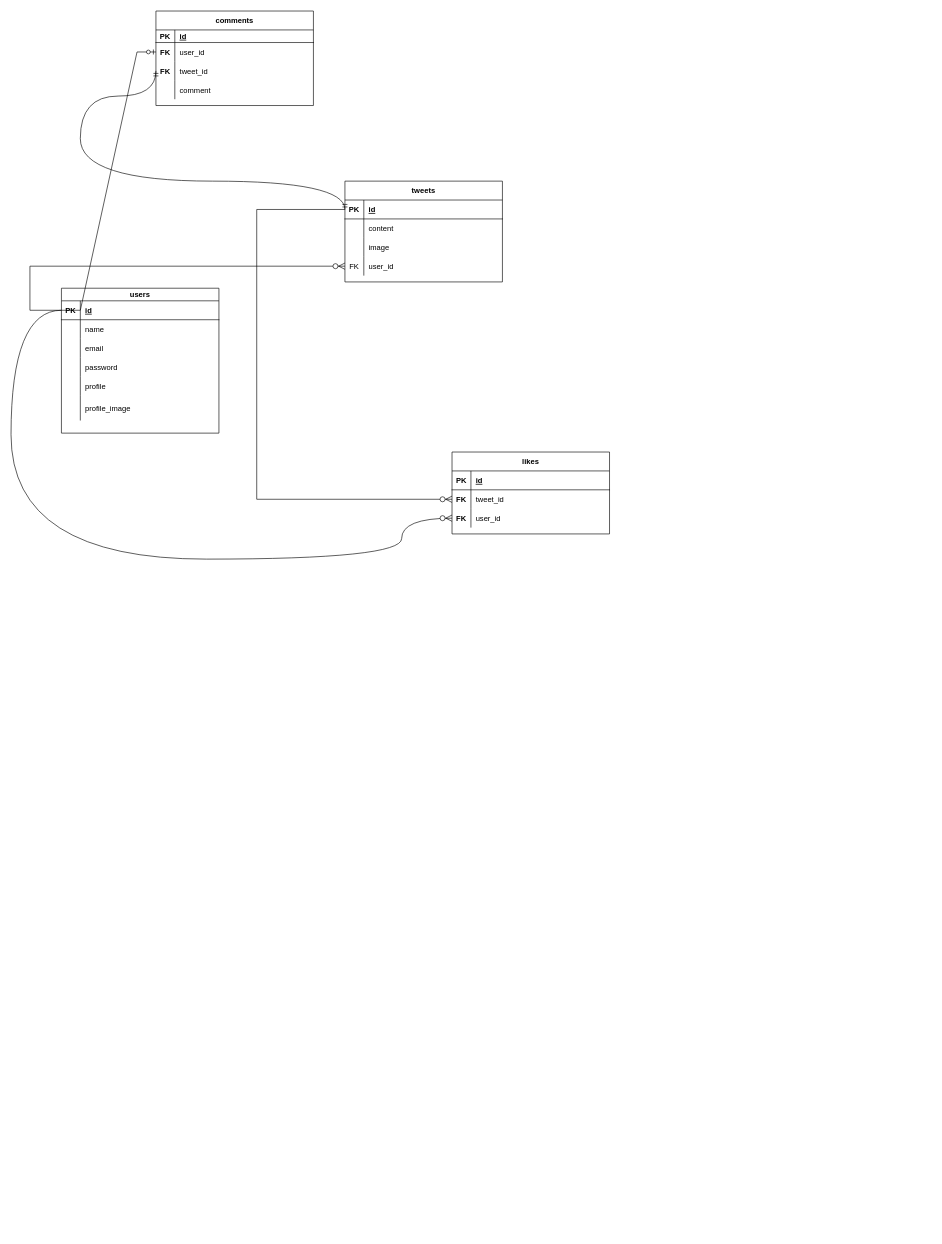
Earlier version of the draw.io diagram tweet.drawio (Hanakus0/free_repo). Source tidied: cells renumbered, new cells numbered last; positions are measured from the earlier drawing's top-left corner, leaving out a move shared by most shapes. Both pictures are drawn from the tidied source at 63%, with x=0, y=0 at pixel (11, 11).
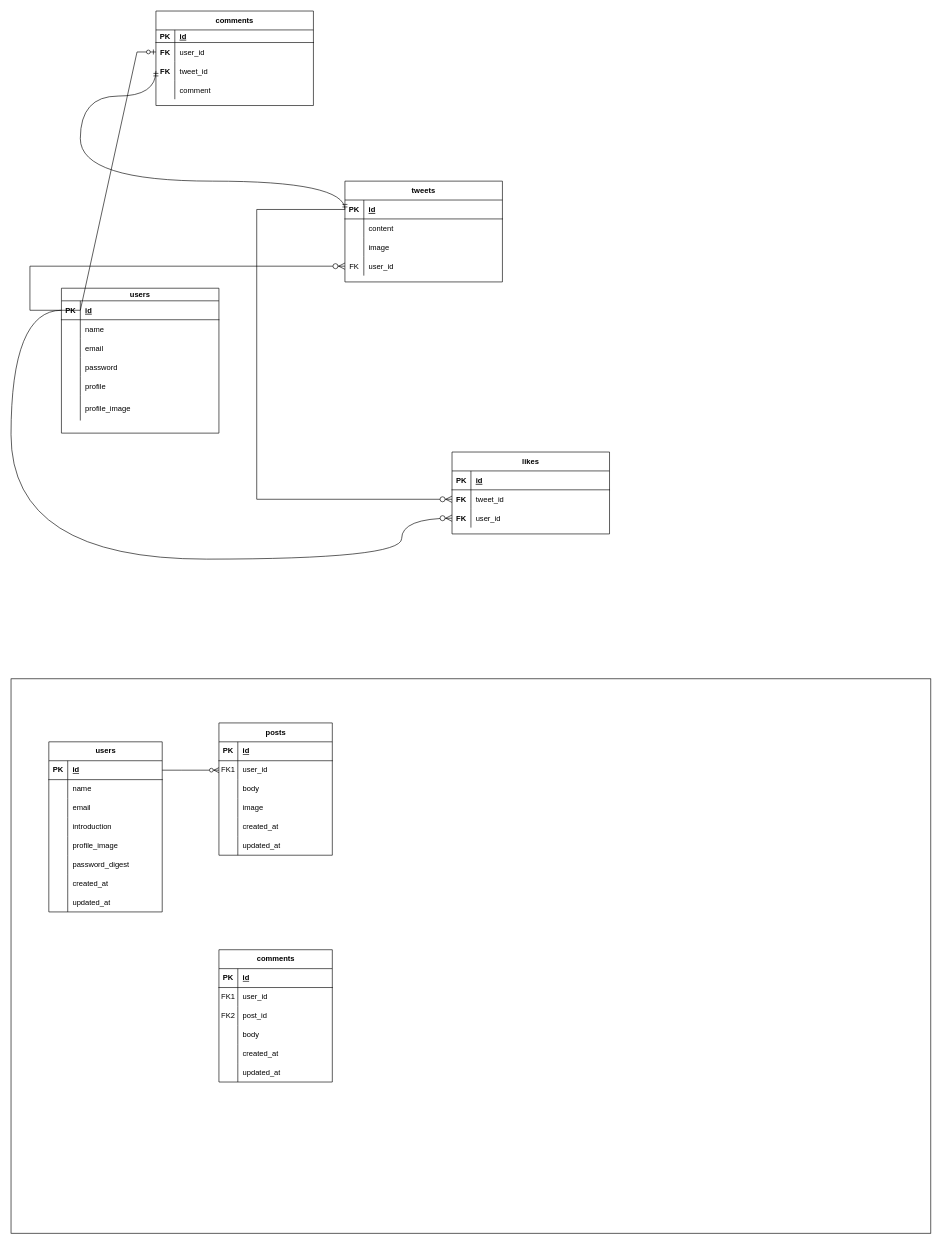
The same diagram, later.

Commit message:
tweet.drawio を更新します

The edit, as a diff of the source:
```diff
@@
+    <mxCell id="63" style="rounded=0;whiteSpace=wrap;html=1;" parent="1" vertex="1">
+      <mxGeometry y="1060" width="1460" height="880" as="geometry" />
+    </mxCell>
+    <mxCell id="64" value="users" style="shape=table;startSize=30;childLayout=tableLayout;rowLines=0;fontStyle=1;align=center;html=1;" parent="1" vertex="1">
+      <mxGeometry x="60" y="1160" width="180" height="270" as="geometry" />
+    </mxCell>
+    <mxCell id="65" style="shape=tableRow;horizontal=0;startSize=0;swimlaneHead=0;swimlaneBody=0;fillColor=none;points=[[0,0.5],[1,0.5]];portConstraint=eastwest;top=0;left=0;right=0;bottom=1;" parent="64" vertex="1">
+      <mxGeometry y="30" width="180" height="30" as="geometry" />
+    </mxCell>
+    <mxCell id="66" value="PK" style="shape=partialRectangle;fillColor=none;top=0;left=0;bottom=0;right=0;fontStyle=1;overflow=hidden;whiteSpace=wrap;html=1;" parent="65" vertex="1">
+      <mxGeometry width="30" height="30" as="geometry" />
+    </mxCell>
+    <mxCell id="67" value="id" style="shape=partialRectangle;fillColor=none;top=0;left=0;bottom=0;right=0;align=left;spacingLeft=6;fontStyle=5;overflow=hidden;whiteSpace=wrap;html=1;" parent="65" vertex="1">
+      <mxGeometry x="30" width="150" height="30" as="geometry" />
+    </mxCell>
+    <mxCell id="68" style="shape=tableRow;horizontal=0;startSize=0;swimlaneHead=0;swimlaneBody=0;fillColor=none;top=0;left=0;right=0;bottom=0;" parent="64" vertex="1">
+      <mxGeometry y="60" width="180" height="30" as="geometry" />
+    </mxCell>
+    <mxCell id="69" style="shape=partialRectangle;fillColor=none;top=0;left=0;bottom=0;right=0;overflow=hidden;whiteSpace=wrap;html=1;" parent="68" vertex="1">
+      <mxGeometry width="30" height="30" as="geometry" />
+    </mxCell>
+    <mxCell id="70" value="name" style="shape=partialRectangle;fillColor=none;top=0;left=0;bottom=0;right=0;align=left;spacingLeft=6;overflow=hidden;whiteSpace=wrap;html=1;" parent="68" vertex="1">
+      <mxGeometry x="30" width="150" height="30" as="geometry" />
+    </mxCell>
+    <mxCell id="71" style="shape=tableRow;horizontal=0;startSize=0;swimlaneHead=0;swimlaneBody=0;fillColor=none;top=0;left=0;right=0;bottom=0;" parent="64" vertex="1">
+      <mxGeometry y="90" width="180" height="30" as="geometry" />
+    </mxCell>
+    <mxCell id="72" style="shape=partialRectangle;fillColor=none;top=0;left=0;bottom=0;right=0;overflow=hidden;whiteSpace=wrap;html=1;" parent="71" vertex="1">
+      <mxGeometry width="30" height="30" as="geometry" />
+    </mxCell>
+    <mxCell id="73" value="email" style="shape=partialRectangle;fillColor=none;top=0;left=0;bottom=0;right=0;align=left;spacingLeft=6;overflow=hidden;whiteSpace=wrap;html=1;" parent="71" vertex="1">
+      <mxGeometry x="30" width="150" height="30" as="geometry" />
+    </mxCell>
+    <mxCell id="74" style="shape=tableRow;horizontal=0;startSize=0;swimlaneHead=0;swimlaneBody=0;fillColor=none;top=0;left=0;right=0;bottom=0;" parent="64" vertex="1">
+      <mxGeometry y="120" width="180" height="30" as="geometry" />
+    </mxCell>
+    <mxCell id="75" style="shape=partialRectangle;fillColor=none;top=0;left=0;bottom=0;right=0;overflow=hidden;whiteSpace=wrap;html=1;" parent="74" vertex="1">
+      <mxGeometry width="30" height="30" as="geometry" />
+    </mxCell>
+    <mxCell id="76" value="introduction" style="shape=partialRectangle;fillColor=none;top=0;left=0;bottom=0;right=0;align=left;spacingLeft=6;overflow=hidden;whiteSpace=wrap;html=1;" parent="74" vertex="1">
+      <mxGeometry x="30" width="150" height="30" as="geometry" />
+    </mxCell>
+    <mxCell id="77" style="shape=tableRow;horizontal=0;startSize=0;swimlaneHead=0;swimlaneBody=0;fillColor=none;top=0;left=0;right=0;bottom=0;" parent="64" vertex="1">
+      <mxGeometry y="150" width="180" height="30" as="geometry" />
+    </mxCell>
+    <mxCell id="78" style="shape=partialRectangle;fillColor=none;top=0;left=0;bottom=0;right=0;overflow=hidden;whiteSpace=wrap;html=1;" parent="77" vertex="1">
+      <mxGeometry width="30" height="30" as="geometry" />
+    </mxCell>
+    <mxCell id="79" value="profile_image" style="shape=partialRectangle;fillColor=none;top=0;left=0;bottom=0;right=0;align=left;spacingLeft=6;overflow=hidden;whiteSpace=wrap;html=1;" parent="77" vertex="1">
+      <mxGeometry x="30" width="150" height="30" as="geometry" />
+    </mxCell>
+    <mxCell id="80" style="shape=tableRow;horizontal=0;startSize=0;swimlaneHead=0;swimlaneBody=0;fillColor=none;top=0;left=0;right=0;bottom=0;" parent="64" vertex="1">
+      <mxGeometry y="180" width="180" height="30" as="geometry" />
+    </mxCell>
+    <mxCell id="81" style="shape=partialRectangle;fillColor=none;top=0;left=0;bottom=0;right=0;overflow=hidden;whiteSpace=wrap;html=1;" parent="80" vertex="1">
+      <mxGeometry width="30" height="30" as="geometry" />
+    </mxCell>
+    <mxCell id="82" value="password_digest" style="shape=partialRectangle;fillColor=none;top=0;left=0;bottom=0;right=0;align=left;spacingLeft=6;overflow=hidden;whiteSpace=wrap;html=1;" parent="80" vertex="1">
+      <mxGeometry x="30" width="150" height="30" as="geometry" />
+    </mxCell>
+    <mxCell id="83" style="shape=tableRow;horizontal=0;startSize=0;swimlaneHead=0;swimlaneBody=0;fillColor=none;top=0;left=0;right=0;bottom=0;" parent="64" vertex="1">
+      <mxGeometry y="210" width="180" height="30" as="geometry" />
+    </mxCell>
+    <mxCell id="84" style="shape=partialRectangle;fillColor=none;top=0;left=0;bottom=0;right=0;overflow=hidden;whiteSpace=wrap;html=1;" parent="83" vertex="1">
+      <mxGeometry width="30" height="30" as="geometry" />
+    </mxCell>
+    <mxCell id="85" value="created_at" style="shape=partialRectangle;fillColor=none;top=0;left=0;bottom=0;right=0;align=left;spacingLeft=6;overflow=hidden;whiteSpace=wrap;html=1;" parent="83" vertex="1">
+      <mxGeometry x="30" width="150" height="30" as="geometry" />
+    </mxCell>
+    <mxCell id="86" style="shape=tableRow;horizontal=0;startSize=0;swimlaneHead=0;swimlaneBody=0;fillColor=none;top=0;left=0;right=0;bottom=0;" parent="64" vertex="1">
+      <mxGeometry y="240" width="180" height="30" as="geometry" />
+    </mxCell>
+    <mxCell id="87" style="shape=partialRectangle;fillColor=none;top=0;left=0;bottom=0;right=0;overflow=hidden;whiteSpace=wrap;html=1;" parent="86" vertex="1">
+      <mxGeometry width="30" height="30" as="geometry" />
+    </mxCell>
+    <mxCell id="88" value="updated_at" style="shape=partialRectangle;fillColor=none;top=0;left=0;bottom=0;right=0;align=left;spacingLeft=6;overflow=hidden;whiteSpace=wrap;html=1;" parent="86" vertex="1">
+      <mxGeometry x="30" width="150" height="30" as="geometry" />
+    </mxCell>
+    <mxCell id="89" value="posts" style="shape=table;startSize=30;childLayout=tableLayout;rowLines=0;fontStyle=1;align=center;html=1;" parent="1" vertex="1">
+      <mxGeometry x="330" y="1130" width="180" height="210" as="geometry" />
+    </mxCell>
+    <mxCell id="90" style="shape=tableRow;horizontal=0;startSize=0;swimlaneHead=0;swimlaneBody=0;fillColor=none;top=0;left=0;right=0;bottom=1;" parent="89" vertex="1">
+      <mxGeometry y="30" width="180" height="30" as="geometry" />
+    </mxCell>
+    <mxCell id="91" value="PK" style="shape=partialRectangle;fillColor=none;top=0;left=0;bottom=0;right=0;fontStyle=1;overflow=hidden;whiteSpace=wrap;html=1;" parent="90" vertex="1">
+      <mxGeometry width="30" height="30" as="geometry" />
+    </mxCell>
+    <mxCell id="92" value="id" style="shape=partialRectangle;fillColor=none;top=0;left=0;bottom=0;right=0;align=left;spacingLeft=6;fontStyle=5;overflow=hidden;whiteSpace=wrap;html=1;" parent="90" vertex="1">
+      <mxGeometry x="30" width="150" height="30" as="geometry" />
+    </mxCell>
+    <mxCell id="93" style="shape=tableRow;horizontal=0;startSize=0;swimlaneHead=0;swimlaneBody=0;fillColor=none;points=[[0,0.5],[1,0.5]];portConstraint=eastwest;top=0;left=0;right=0;bottom=0;" parent="89" vertex="1">
+      <mxGeometry y="60" width="180" height="30" as="geometry" />
+    </mxCell>
+    <mxCell id="94" value="FK1" style="shape=partialRectangle;fillColor=none;top=0;left=0;bottom=0;right=0;overflow=hidden;whiteSpace=wrap;html=1;" parent="93" vertex="1">
+      <mxGeometry width="30" height="30" as="geometry" />
+    </mxCell>
+    <mxCell id="95" value="user_id" style="shape=partialRectangle;fillColor=none;top=0;left=0;bottom=0;right=0;align=left;spacingLeft=6;overflow=hidden;whiteSpace=wrap;html=1;" parent="93" vertex="1">
+      <mxGeometry x="30" width="150" height="30" as="geometry" />
+    </mxCell>
+    <mxCell id="96" style="shape=tableRow;horizontal=0;startSize=0;swimlaneHead=0;swimlaneBody=0;fillColor=none;top=0;left=0;right=0;bottom=0;" parent="89" vertex="1">
+      <mxGeometry y="90" width="180" height="30" as="geometry" />
+    </mxCell>
+    <mxCell id="97" style="shape=partialRectangle;fillColor=none;top=0;left=0;bottom=0;right=0;overflow=hidden;whiteSpace=wrap;html=1;" parent="96" vertex="1">
+      <mxGeometry width="30" height="30" as="geometry" />
+    </mxCell>
+    <mxCell id="98" value="body" style="shape=partialRectangle;fillColor=none;top=0;left=0;bottom=0;right=0;align=left;spacingLeft=6;overflow=hidden;whiteSpace=wrap;html=1;" parent="96" vertex="1">
+      <mxGeometry x="30" width="150" height="30" as="geometry" />
+    </mxCell>
+    <mxCell id="99" style="shape=tableRow;horizontal=0;startSize=0;swimlaneHead=0;swimlaneBody=0;fillColor=none;top=0;left=0;right=0;bottom=0;" parent="89" vertex="1">
+      <mxGeometry y="120" width="180" height="30" as="geometry" />
+    </mxCell>
+    <mxCell id="100" style="shape=partialRectangle;fillColor=none;top=0;left=0;bottom=0;right=0;overflow=hidden;whiteSpace=wrap;html=1;" parent="99" vertex="1">
+      <mxGeometry width="30" height="30" as="geometry" />
+    </mxCell>
+    <mxCell id="101" value="image" style="shape=partialRectangle;fillColor=none;top=0;left=0;bottom=0;right=0;align=left;spacingLeft=6;overflow=hidden;whiteSpace=wrap;html=1;" parent="99" vertex="1">
+      <mxGeometry x="30" width="150" height="30" as="geometry" />
+    </mxCell>
+    <mxCell id="102" style="shape=tableRow;horizontal=0;startSize=0;swimlaneHead=0;swimlaneBody=0;fillColor=none;top=0;left=0;right=0;bottom=0;" parent="89" vertex="1">
+      <mxGeometry y="150" width="180" height="30" as="geometry" />
+    </mxCell>
+    <mxCell id="103" style="shape=partialRectangle;fillColor=none;top=0;left=0;bottom=0;right=0;overflow=hidden;whiteSpace=wrap;html=1;" parent="102" vertex="1">
+      <mxGeometry width="30" height="30" as="geometry" />
+    </mxCell>
+    <mxCell id="104" value="created_at" style="shape=partialRectangle;fillColor=none;top=0;left=0;bottom=0;right=0;align=left;spacingLeft=6;overflow=hidden;whiteSpace=wrap;html=1;" parent="102" vertex="1">
+      <mxGeometry x="30" width="150" height="30" as="geometry" />
+    </mxCell>
+    <mxCell id="105" style="shape=tableRow;horizontal=0;startSize=0;swimlaneHead=0;swimlaneBody=0;fillColor=none;top=0;left=0;right=0;bottom=0;" parent="89" vertex="1">
+      <mxGeometry y="180" width="180" height="30" as="geometry" />
+    </mxCell>
+    <mxCell id="106" style="shape=partialRectangle;fillColor=none;top=0;left=0;bottom=0;right=0;overflow=hidden;whiteSpace=wrap;html=1;" parent="105" vertex="1">
+      <mxGeometry width="30" height="30" as="geometry" />
+    </mxCell>
+    <mxCell id="107" value="updated_at" style="shape=partialRectangle;fillColor=none;top=0;left=0;bottom=0;right=0;align=left;spacingLeft=6;overflow=hidden;whiteSpace=wrap;html=1;" parent="105" vertex="1">
+      <mxGeometry x="30" width="150" height="30" as="geometry" />
+    </mxCell>
+    <mxCell id="108" style="edgeStyle=entityRelationEdgeStyle;fontSize=12;html=1;endArrow=ERzeroToMany;endFill=1;rounded=0;exitX=1;exitY=0.5;exitDx=0;exitDy=0;entryX=0;entryY=0.5;entryDx=0;entryDy=0;" parent="1" edge="1" source="65" target="93">
+      <mxGeometry relative="1" as="geometry" />
+    </mxCell>
+    <mxCell id="109" value="comments" style="shape=table;startSize=30;childLayout=tableLayout;rowLines=0;fontStyle=1;align=center;html=1;" parent="1" vertex="1">
+      <mxGeometry x="330" y="1490" width="180" height="210" as="geometry" />
+    </mxCell>
+    <mxCell id="110" style="shape=tableRow;horizontal=0;startSize=0;swimlaneHead=0;swimlaneBody=0;fillColor=none;top=0;left=0;right=0;bottom=1;" parent="109" vertex="1">
+      <mxGeometry y="30" width="180" height="30" as="geometry" />
+    </mxCell>
+    <mxCell id="111" value="PK" style="shape=partialRectangle;fillColor=none;top=0;left=0;bottom=0;right=0;fontStyle=1;overflow=hidden;whiteSpace=wrap;html=1;" parent="110" vertex="1">
+      <mxGeometry width="30" height="30" as="geometry" />
+    </mxCell>
+    <mxCell id="112" value="id" style="shape=partialRectangle;fillColor=none;top=0;left=0;bottom=0;right=0;align=left;spacingLeft=6;fontStyle=5;overflow=hidden;whiteSpace=wrap;html=1;" parent="110" vertex="1">
+      <mxGeometry x="30" width="150" height="30" as="geometry" />
+    </mxCell>
+    <mxCell id="113" style="shape=tableRow;horizontal=0;startSize=0;swimlaneHead=0;swimlaneBody=0;fillColor=none;top=0;left=0;right=0;bottom=0;" parent="109" vertex="1">
+      <mxGeometry y="60" width="180" height="30" as="geometry" />
+    </mxCell>
+    <mxCell id="114" value="FK1" style="shape=partialRectangle;fillColor=none;top=0;left=0;bottom=0;right=0;overflow=hidden;whiteSpace=wrap;html=1;" parent="113" vertex="1">
+      <mxGeometry width="30" height="30" as="geometry" />
+    </mxCell>
+    <mxCell id="115" value="user_id" style="shape=partialRectangle;fillColor=none;top=0;left=0;bottom=0;right=0;align=left;spacingLeft=6;overflow=hidden;whiteSpace=wrap;html=1;" parent="113" vertex="1">
+      <mxGeometry x="30" width="150" height="30" as="geometry" />
+    </mxCell>
+    <mxCell id="116" style="shape=tableRow;horizontal=0;startSize=0;swimlaneHead=0;swimlaneBody=0;fillColor=none;top=0;left=0;right=0;bottom=0;" parent="109" vertex="1">
+      <mxGeometry y="90" width="180" height="30" as="geometry" />
+    </mxCell>
+    <mxCell id="117" value="FK2" style="shape=partialRectangle;fillColor=none;top=0;left=0;bottom=0;right=0;overflow=hidden;whiteSpace=wrap;html=1;" parent="116" vertex="1">
+      <mxGeometry width="30" height="30" as="geometry" />
+    </mxCell>
+    <mxCell id="118" value="post_id" style="shape=partialRectangle;fillColor=none;top=0;left=0;bottom=0;right=0;align=left;spacingLeft=6;overflow=hidden;whiteSpace=wrap;html=1;" parent="116" vertex="1">
+      <mxGeometry x="30" width="150" height="30" as="geometry" />
+    </mxCell>
+    <mxCell id="119" style="shape=tableRow;horizontal=0;startSize=0;swimlaneHead=0;swimlaneBody=0;fillColor=none;top=0;left=0;right=0;bottom=0;" parent="109" vertex="1">
+      <mxGeometry y="120" width="180" height="30" as="geometry" />
+    </mxCell>
+    <mxCell id="120" style="shape=partialRectangle;fillColor=none;top=0;left=0;bottom=0;right=0;overflow=hidden;whiteSpace=wrap;html=1;" parent="119" vertex="1">
+      <mxGeometry width="30" height="30" as="geometry" />
+    </mxCell>
+    <mxCell id="121" value="body" style="shape=partialRectangle;fillColor=none;top=0;left=0;bottom=0;right=0;align=left;spacingLeft=6;overflow=hidden;whiteSpace=wrap;html=1;" parent="119" vertex="1">
+      <mxGeometry x="30" width="150" height="30" as="geometry" />
+    </mxCell>
+    <mxCell id="122" style="shape=tableRow;horizontal=0;startSize=0;swimlaneHead=0;swimlaneBody=0;fillColor=none;top=0;left=0;right=0;bottom=0;" parent="109" vertex="1">
+      <mxGeometry y="150" width="180" height="30" as="geometry" />
+    </mxCell>
+    <mxCell id="123" style="shape=partialRectangle;fillColor=none;top=0;left=0;bottom=0;right=0;overflow=hidden;whiteSpace=wrap;html=1;" parent="122" vertex="1">
+      <mxGeometry width="30" height="30" as="geometry" />
+    </mxCell>
+    <mxCell id="124" value="created_at" style="shape=partialRectangle;fillColor=none;top=0;left=0;bottom=0;right=0;align=left;spacingLeft=6;overflow=hidden;whiteSpace=wrap;html=1;" parent="122" vertex="1">
+      <mxGeometry x="30" width="150" height="30" as="geometry" />
+    </mxCell>
+    <mxCell id="125" style="shape=tableRow;horizontal=0;startSize=0;swimlaneHead=0;swimlaneBody=0;fillColor=none;top=0;left=0;right=0;bottom=0;" parent="109" vertex="1">
+      <mxGeometry y="180" width="180" height="30" as="geometry" />
+    </mxCell>
+    <mxCell id="126" style="shape=partialRectangle;fillColor=none;top=0;left=0;bottom=0;right=0;overflow=hidden;whiteSpace=wrap;html=1;" parent="125" vertex="1">
+      <mxGeometry width="30" height="30" as="geometry" />
+    </mxCell>
+    <mxCell id="127" value="updated_at" style="shape=partialRectangle;fillColor=none;top=0;left=0;bottom=0;right=0;align=left;spacingLeft=6;overflow=hidden;whiteSpace=wrap;html=1;" parent="125" vertex="1">
+      <mxGeometry x="30" width="150" height="30" as="geometry" />
+    </mxCell>
```
